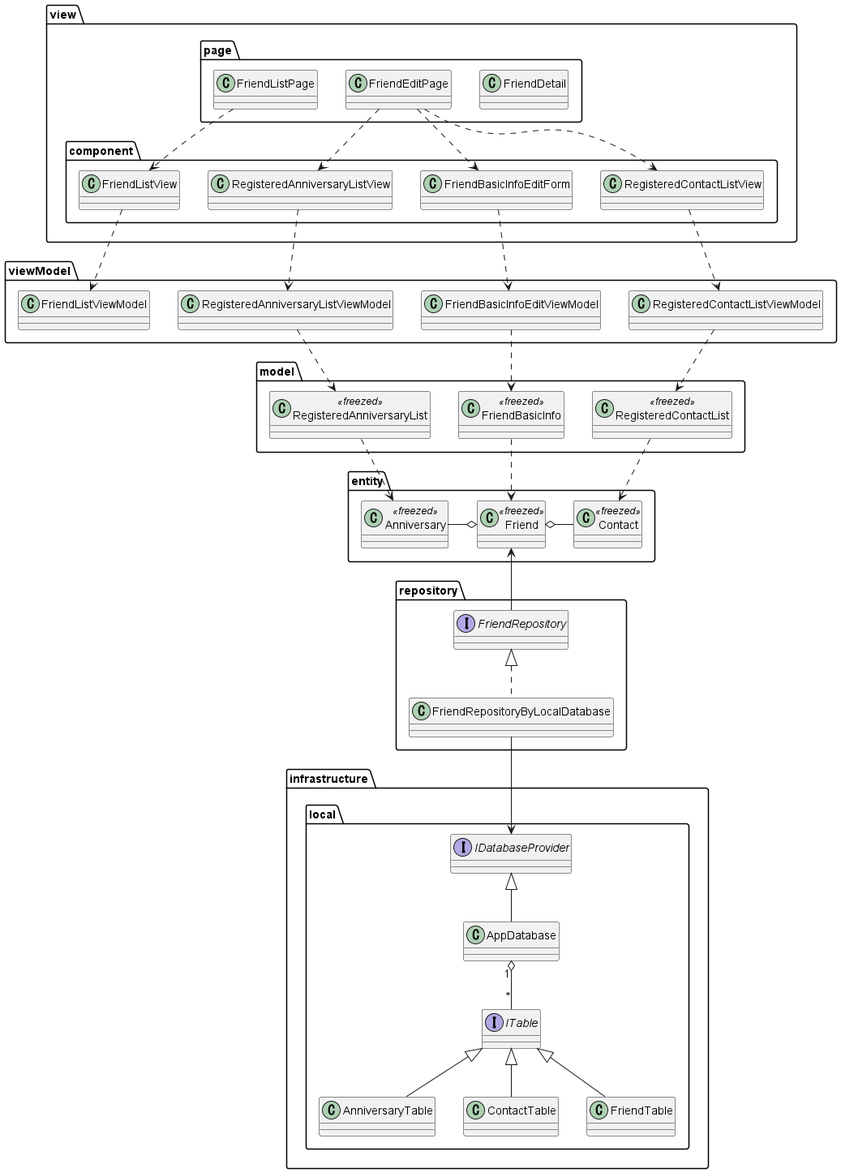
Before: uml/class_diagram/class_diagram.png, a diagram exported from PlantUML (nmskm240/friend_list).
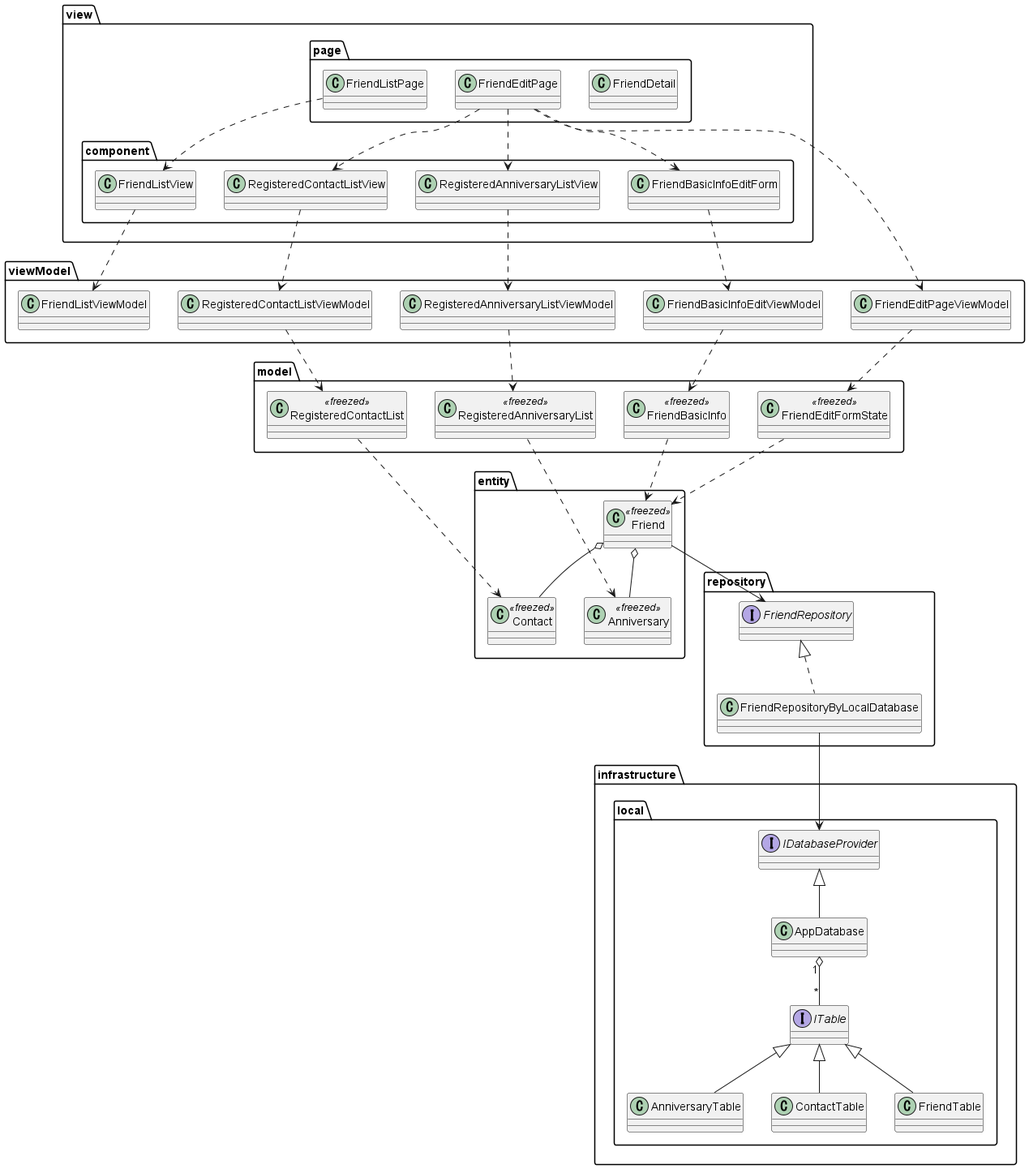
After the commit.

Diff of the diagram source:
```diff
@@ -17,6 +17,7 @@
 
 package viewModel {
     class FriendListViewModel
+    class FriendEditPageViewModel
     class FriendBasicInfoEditViewModel
     class RegisteredAnniversaryListViewModel
     class RegisteredContactListViewModel
@@ -24,6 +25,7 @@
 
 package model {
     class FriendBasicInfo<<freezed>>
+    class FriendEditFormState<<freezed>>
     class RegisteredAnniversaryList<<freezed>>
     class RegisteredContactList<<freezed>>
 }
@@ -58,10 +60,12 @@
 FriendEditPage ..> RegisteredAnniversaryListView
 FriendEditPage ..> RegisteredContactListView
 
+FriendEditPage ..> FriendEditPageViewModel
 FriendBasicInfoEditForm ..> FriendBasicInfoEditViewModel
 RegisteredAnniversaryListView ..> RegisteredAnniversaryListViewModel
 RegisteredContactListView ..> RegisteredContactListViewModel
 
+FriendEditPageViewModel ..> FriendEditFormState
 FriendBasicInfoEditViewModel ..> FriendBasicInfo
 RegisteredAnniversaryListViewModel ..> RegisteredAnniversaryList
 RegisteredContactListViewModel ..> RegisteredContactList
@@ -69,11 +73,12 @@
 FriendBasicInfo ..> Friend
 RegisteredAnniversaryList ..> Anniversary
 RegisteredContactList ..> Contact
+FriendEditFormState ..> Friend
 
-Friend o-left- Anniversary
-Friend o- Contact
+Friend o-- Anniversary
+Friend o-- Contact
 
-Friend <-- FriendRepository
+Friend --> FriendRepository
 
 FriendRepository <|.. FriendRepositoryByLocalDatabase
 
```
